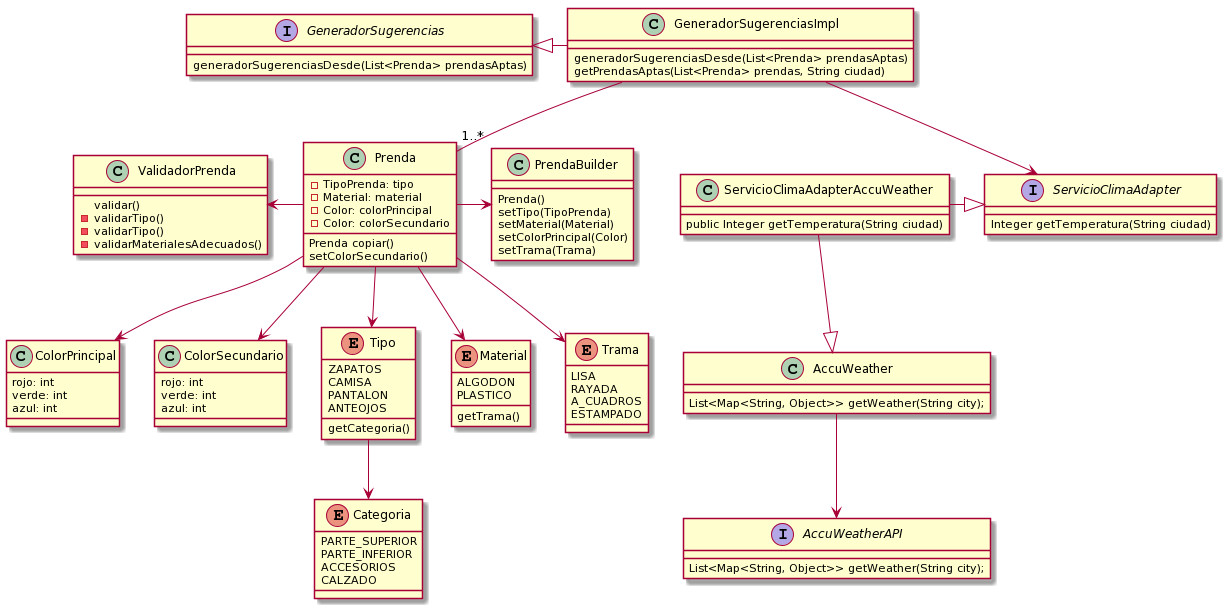
Earlier version of the PlantUML export Diagrama.png (gonzalemi/QueMePongo). Source of this version:
```plantuml
@startuml
class Prenda {
    -TipoPrenda: tipo
    - Material: material
    -Color: colorPrincipal
    -Color: colorSecundario
  Prenda copiar()
  setColorSecundario()
}

class ValidadorPrenda {
  validar()
  -validarTipo()
  -validarTipo()
  -validarMaterialesAdecuados()
}

class PrendaBuilder {
Prenda()
setTipo(TipoPrenda)
setMaterial(Material)
setColorPrincipal(Color)
setTrama(Trama)
}

class  ColorPrincipal {
rojo: int
verde: int
azul: int
}

class  ColorSecundario{
rojo: int
verde: int
azul: int
}

enum Tipo {
    ZAPATOS
    CAMISA
    PANTALON
    ANTEOJOS
   getCategoria()
}

enum Categoria{
   PARTE_SUPERIOR
 PARTE_INFERIOR
ACCESORIOS
CALZADO
}

enum Material{
  ALGODON
PLASTICO
   getTrama()
}

enum Trama {
    LISA
    RAYADA
    A_CUADROS
    ESTAMPADO
}

interface ServicioClimaAdapter{
 Integer getTemperatura(String ciudad)
}

class ServicioClimaAdapterAccuWeather{
public Integer getTemperatura(String ciudad)
}

interface GeneradorSugerencias {
generadorSugerenciasDesde(List<Prenda> prendasAptas)
}

interface AccuWeatherAPI {
List<Map<String, Object>> getWeather(String city);
}
class AccuWeather {
List<Map<String, Object>> getWeather(String city);
}
class GeneradorSugerenciasImpl{
generadorSugerenciasDesde(List<Prenda> prendasAptas)
getPrendasAptas(List<Prenda> prendas, String ciudad)

}

AccuWeather --> AccuWeatherAPI
ServicioClimaAdapterAccuWeather  -right-|> ServicioClimaAdapter
ServicioClimaAdapterAccuWeather  -down-|> AccuWeather
GeneradorSugerenciasImpl -left-|> GeneradorSugerencias
GeneradorSugerenciasImpl-- "1..*" Prenda
GeneradorSugerenciasImpl--> ServicioClimaAdapter

Prenda -right-> PrendaBuilder
Prenda -left-> ValidadorPrenda
Prenda  -down-> Tipo
Prenda  -down-> Material
Prenda  -down-> ColorPrincipal
Prenda  -down-> ColorSecundario
Prenda -down-> Trama
Tipo --> Categoria
@enduml
```
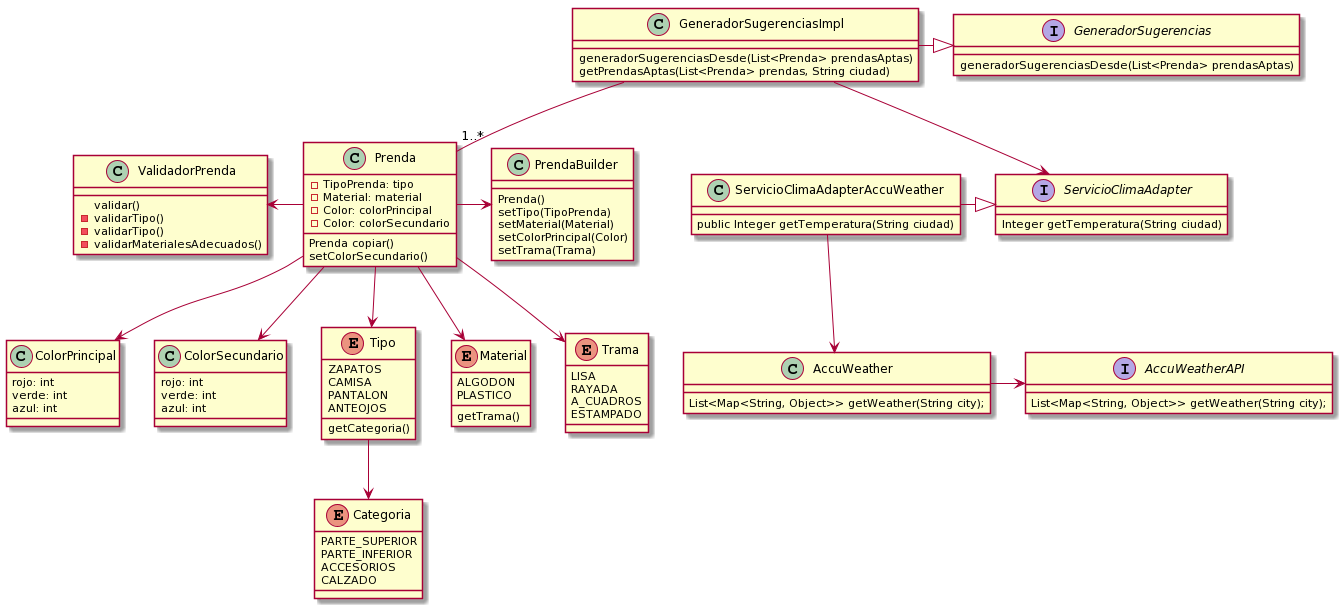
The same file after the commit.

Commit message:
mejoras en diagrama

Diff of the diagram source:
```diff
@@ -87,10 +87,10 @@
 
 }
 
-AccuWeather --> AccuWeatherAPI
+AccuWeather -right-> AccuWeatherAPI
 ServicioClimaAdapterAccuWeather  -right-|> ServicioClimaAdapter
-ServicioClimaAdapterAccuWeather  -down-|> AccuWeather
-GeneradorSugerenciasImpl -left-|> GeneradorSugerencias
+ServicioClimaAdapterAccuWeather  -down-> AccuWeather
+GeneradorSugerenciasImpl -right-|> GeneradorSugerencias
 GeneradorSugerenciasImpl-- "1..*" Prenda
 GeneradorSugerenciasImpl--> ServicioClimaAdapter
 
```
